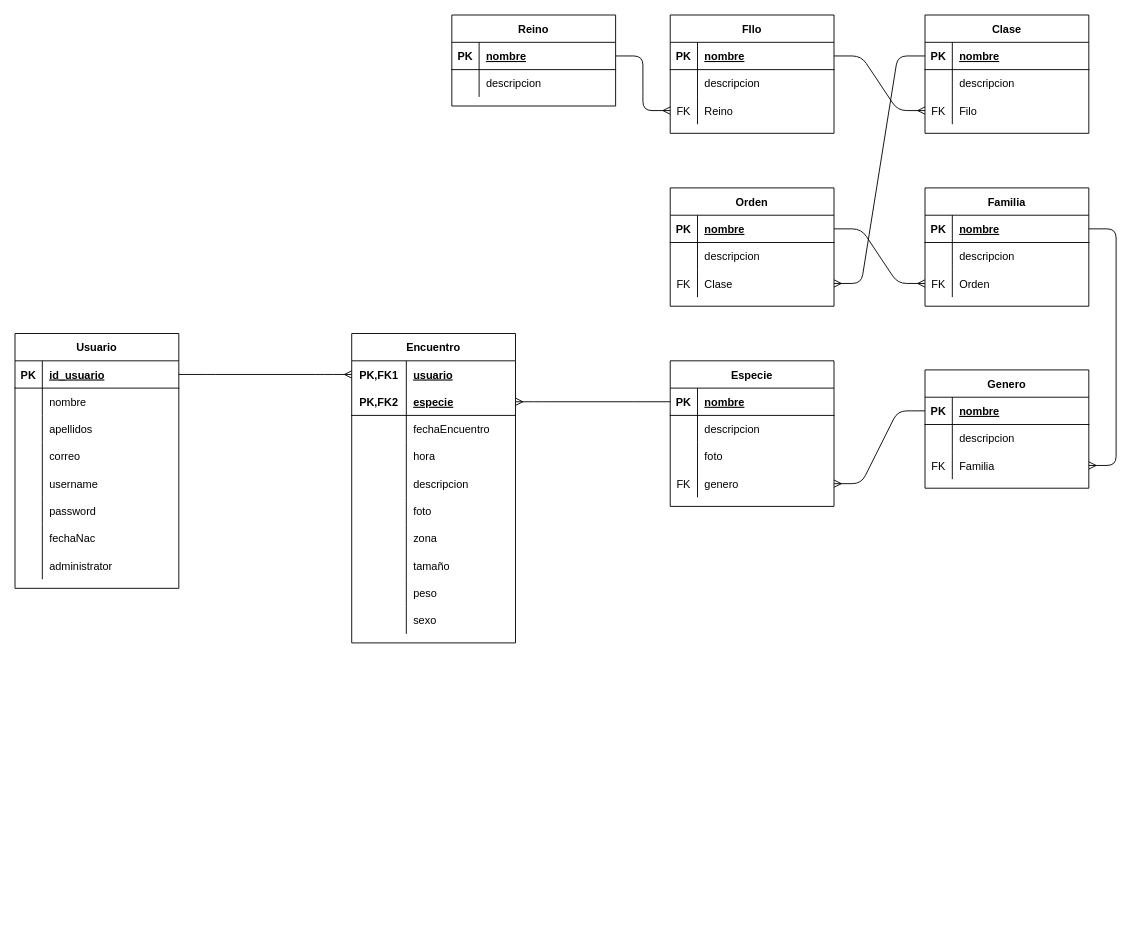
krobert151/FinalProyect keeps this draw.io diagram as proyecto.drawio. Above is the earlier version. Source tidied: cells renumbered, new cells numbered last; positions are measured from the earlier drawing's top-left corner, leaving out a move shared by most shapes. Both pictures are drawn from the tidied source at 91%, with x=0, y=0 at pixel (15, 15).
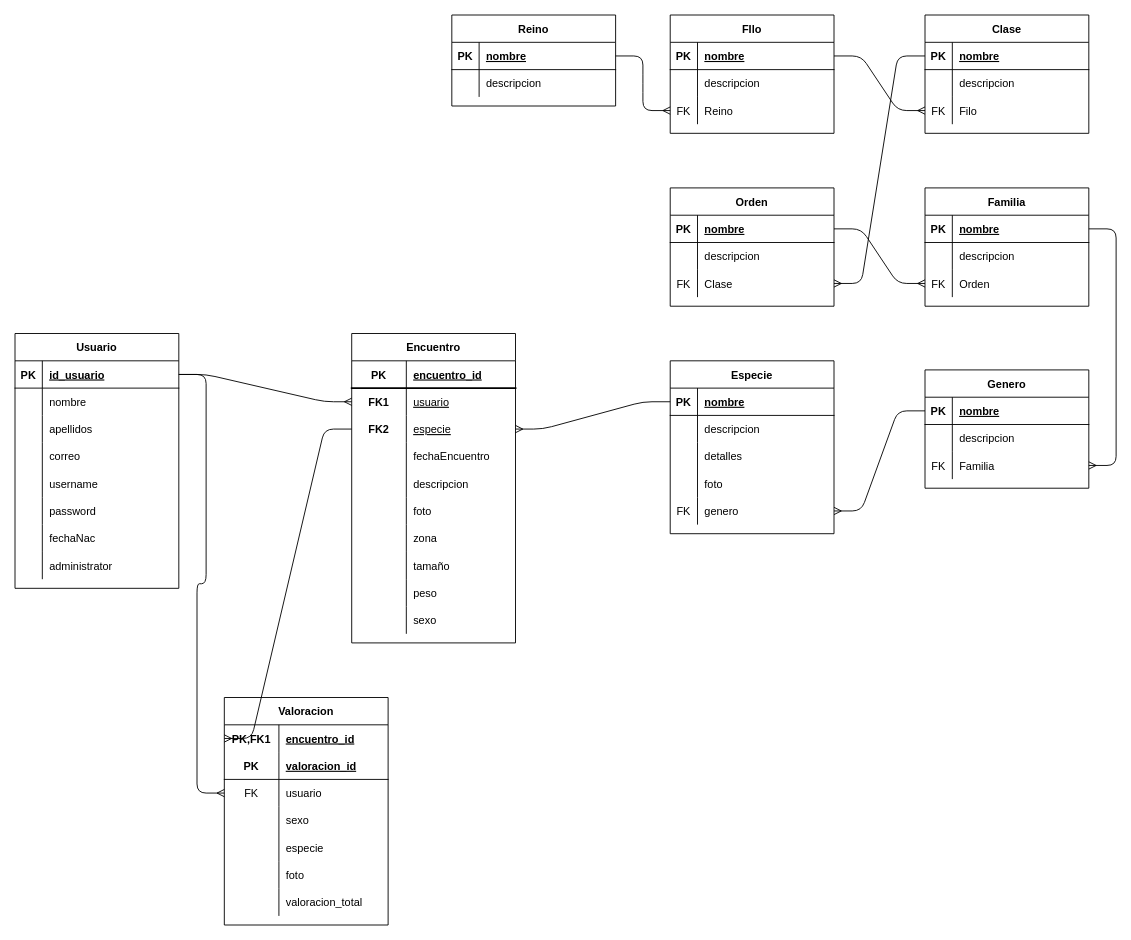
After the change.

Unchanged cells that the change refers to:
```xml
<mxCell id="3" style="shape=partialRectangle;fillColor=none;top=0;left=0;bottom=1;right=0;points=[[0,0.5],[1,0.5]];portConstraint=eastwest;" parent="2" vertex="1">
  <mxGeometry y="30" width="180" height="30" as="geometry" />
</mxCell>
<mxCell id="97" value="Encuentro" style="shape=table;startSize=30;childLayout=tableLayout;rowLines=0;fontStyle=1;align=center;" parent="1" vertex="1">
  <mxGeometry x="370" y="350" width="180" height="340" as="geometry" />
</mxCell>
```

The edit, as a diff of the source:
```diff
@@
     <mxCell id="27" value="Especie" style="shape=table;startSize=30;childLayout=tableLayout;rowLines=0;fontStyle=1;align=center;" parent="1" vertex="1">
-      <mxGeometry x="720" y="380" width="180" height="160" as="geometry" />
+      <mxGeometry x="720" y="380" width="180" height="190" as="geometry" />
     </mxCell>
@@
+    <mxCell id="136" style="shape=partialRectangle;fillColor=none;top=0;left=0;bottom=0;right=0;" parent="27" vertex="1">
+      <mxGeometry y="90" width="180" height="30" as="geometry" />
+    </mxCell>
+    <mxCell id="137" style="shape=partialRectangle;fillColor=none;top=0;left=0;bottom=0;right=0;fontStyle=0;overflow=hidden;" parent="136" vertex="1">
+      <mxGeometry width="30" height="30" as="geometry" />
+    </mxCell>
+    <mxCell id="138" value="detalles" style="shape=partialRectangle;fillColor=none;top=0;left=0;bottom=0;right=0;align=left;spacingLeft=6;fontStyle=0;overflow=hidden;" parent="136" vertex="1">
+      <mxGeometry x="30" width="150" height="30" as="geometry" />
+    </mxCell>
     <mxCell id="34" style="shape=tableRow;horizontal=0;startSize=0;swimlaneHead=0;swimlaneBody=0;fillColor=none;top=0;left=0;right=0;bottom=0;" parent="27" vertex="1">
-      <mxGeometry y="90" width="180" height="30" as="geometry" />
+      <mxGeometry y="120" width="180" height="30" as="geometry" />
     </mxCell>
@@
     <mxCell id="37" style="shape=partialRectangle;fillColor=none;top=0;left=0;bottom=0;right=0;points=[[0,0.5],[1,0.5]];portConstraint=eastwest;" parent="27" vertex="1">
-      <mxGeometry y="120" width="180" height="30" as="geometry" />
+      <mxGeometry y="150" width="180" height="30" as="geometry" />
     </mxCell>
@@
+    <mxCell id="139" style="shape=partialRectangle;fillColor=none;top=0;left=0;bottom=1;right=0;shadow=0;strokeColor=#000000;strokeWidth=2;fontColor=none;" parent="97" vertex="1">
+      <mxGeometry y="30" width="180" height="30" as="geometry" />
+    </mxCell>
+    <mxCell id="140" value="PK" style="shape=partialRectangle;fillColor=none;top=0;left=0;bottom=0;right=0;fontStyle=1;overflow=hidden;" parent="139" vertex="1">
+      <mxGeometry width="60" height="30" as="geometry" />
+    </mxCell>
+    <mxCell id="141" value="encuentro_id" style="shape=partialRectangle;fillColor=none;top=0;left=0;bottom=0;right=0;align=left;spacingLeft=6;fontStyle=5;overflow=hidden;" parent="139" vertex="1">
+      <mxGeometry x="60" width="120" height="30" as="geometry" />
+    </mxCell>
     <mxCell id="98" style="shape=partialRectangle;fillColor=none;top=0;left=0;bottom=0;right=0;points=[[0,0.5],[1,0.5]];portConstraint=eastwest;" parent="97" vertex="1">
-      <mxGeometry y="30" width="180" height="30" as="geometry" />
+      <mxGeometry y="60" width="180" height="30" as="geometry" />
     </mxCell>
-    <mxCell id="99" value="PK,FK1" style="shape=partialRectangle;fillColor=none;top=0;left=0;bottom=0;right=0;fontStyle=1;overflow=hidden;" parent="98" vertex="1">
+    <mxCell id="99" value="FK1" style="shape=partialRectangle;fillColor=none;top=0;left=0;bottom=0;right=0;fontStyle=1;overflow=hidden;" parent="98" vertex="1">
       <mxGeometry width="60" height="30" as="geometry" />
     </mxCell>
-    <mxCell id="100" value="usuario" style="shape=partialRectangle;fillColor=none;top=0;left=0;bottom=0;right=0;align=left;spacingLeft=6;fontStyle=5;overflow=hidden;" parent="98" vertex="1">
+    <mxCell id="100" value="usuario" style="shape=partialRectangle;fillColor=none;top=0;left=0;bottom=0;right=0;align=left;spacingLeft=6;fontStyle=4;overflow=hidden;" parent="98" vertex="1">
       <mxGeometry x="60" width="120" height="30" as="geometry" />
     </mxCell>
-    <mxCell id="101" style="shape=partialRectangle;fillColor=none;top=0;left=0;bottom=1;right=0;points=[[0,0.5],[1,0.5]];portConstraint=eastwest;" parent="97" vertex="1">
-      <mxGeometry y="60" width="180" height="30" as="geometry" />
+    <mxCell id="101" style="shape=partialRectangle;fillColor=none;top=0;left=0;bottom=1;right=0;points=[[0,0.5],[1,0.5]];portConstraint=eastwest;strokeColor=none;noLabel=1;fontColor=none;fontStyle=0;" parent="97" vertex="1">
+      <mxGeometry y="90" width="180" height="30" as="geometry" />
     </mxCell>
-    <mxCell id="102" value="PK,FK2" style="shape=partialRectangle;fillColor=none;top=0;left=0;bottom=0;right=0;fontStyle=1;overflow=hidden;" parent="101" vertex="1">
+    <mxCell id="102" value="FK2" style="shape=partialRectangle;fillColor=none;top=0;left=0;bottom=0;right=0;fontStyle=1;overflow=hidden;" parent="101" vertex="1">
       <mxGeometry width="60" height="30" as="geometry" />
     </mxCell>
-    <mxCell id="103" value="especie" style="shape=partialRectangle;fillColor=none;top=0;left=0;bottom=0;right=0;align=left;spacingLeft=6;fontStyle=5;overflow=hidden;" parent="101" vertex="1">
+    <mxCell id="103" value="especie" style="shape=partialRectangle;fillColor=none;top=0;left=0;bottom=0;right=0;align=left;spacingLeft=6;fontStyle=4;overflow=hidden;" parent="101" vertex="1">
       <mxGeometry x="60" width="120" height="30" as="geometry" />
     </mxCell>
     <mxCell id="104" style="shape=partialRectangle;fillColor=none;top=0;left=0;bottom=0;right=0;" parent="97" vertex="1">
-      <mxGeometry y="90" width="180" height="30" as="geometry" />
+      <mxGeometry y="120" width="180" height="30" as="geometry" />
     </mxCell>
@@
-    <mxCell id="107" style="shape=partialRectangle;fillColor=none;top=0;left=0;bottom=0;right=0;" parent="97" vertex="1">
-      <mxGeometry y="120" width="180" height="30" as="geometry" />
-    </mxCell>
-    <mxCell id="108" style="shape=partialRectangle;fillColor=none;top=0;left=0;bottom=0;right=0;overflow=hidden;" parent="107" vertex="1">
-      <mxGeometry width="60" height="30" as="geometry" />
-    </mxCell>
-    <mxCell id="109" value="hora" style="shape=partialRectangle;fillColor=none;top=0;left=0;bottom=0;right=0;align=left;spacingLeft=6;overflow=hidden;" parent="107" vertex="1">
-      <mxGeometry x="60" width="120" height="30" as="geometry" />
-    </mxCell>
@@
+    <mxCell id="142" value="Valoracion" style="shape=table;startSize=30;childLayout=tableLayout;rowLines=0;fontStyle=1;align=center;" parent="1" vertex="1">
+      <mxGeometry x="230" y="750" width="180" height="250" as="geometry" />
+    </mxCell>
+    <mxCell id="143" style="shape=partialRectangle;fillColor=none;top=0;left=0;bottom=0;right=0;points=[[0,0.5],[1,0.5]];portConstraint=eastwest;" parent="142" vertex="1">
+      <mxGeometry y="30" width="180" height="30" as="geometry" />
+    </mxCell>
+    <mxCell id="144" value="PK,FK1" style="shape=partialRectangle;fillColor=none;top=0;left=0;bottom=0;right=0;fontStyle=1;overflow=hidden;" parent="143" vertex="1">
+      <mxGeometry width="60" height="30" as="geometry" />
+    </mxCell>
+    <mxCell id="145" value="encuentro_id" style="shape=partialRectangle;fillColor=none;top=0;left=0;bottom=0;right=0;align=left;spacingLeft=6;fontStyle=5;overflow=hidden;" parent="143" vertex="1">
+      <mxGeometry x="60" width="120" height="30" as="geometry" />
+    </mxCell>
+    <mxCell id="146" style="shape=partialRectangle;fillColor=none;top=0;left=0;bottom=1;right=0;" parent="142" vertex="1">
+      <mxGeometry y="60" width="180" height="30" as="geometry" />
+    </mxCell>
+    <mxCell id="147" value="PK" style="shape=partialRectangle;fillColor=none;top=0;left=0;bottom=0;right=0;fontStyle=1;overflow=hidden;" parent="146" vertex="1">
+      <mxGeometry width="60" height="30" as="geometry" />
+    </mxCell>
+    <mxCell id="148" value="valoracion_id" style="shape=partialRectangle;fillColor=none;top=0;left=0;bottom=0;right=0;align=left;spacingLeft=6;fontStyle=5;overflow=hidden;" parent="146" vertex="1">
+      <mxGeometry x="60" width="120" height="30" as="geometry" />
+    </mxCell>
+    <mxCell id="149" style="shape=partialRectangle;fillColor=none;top=0;left=0;bottom=0;right=0;points=[[0,0.5],[1,0.5]];portConstraint=eastwest;shadow=0;strokeColor=#000000;strokeWidth=2;fontColor=none;" parent="142" vertex="1">
+      <mxGeometry y="90" width="180" height="30" as="geometry" />
+    </mxCell>
+    <mxCell id="150" value="FK" style="shape=partialRectangle;fillColor=none;top=0;left=0;bottom=0;right=0;fontStyle=0;overflow=hidden;" parent="149" vertex="1">
+      <mxGeometry width="60" height="30" as="geometry" />
+    </mxCell>
+    <mxCell id="151" value="usuario" style="shape=partialRectangle;fillColor=none;top=0;left=0;bottom=0;right=0;align=left;spacingLeft=6;fontStyle=0;overflow=hidden;" parent="149" vertex="1">
+      <mxGeometry x="60" width="120" height="30" as="geometry" />
+    </mxCell>
+    <mxCell id="107" style="shape=partialRectangle;fillColor=none;top=0;left=0;bottom=0;right=0;" parent="142" vertex="1">
+      <mxGeometry y="120" width="180" height="30" as="geometry" />
+    </mxCell>
+    <mxCell id="152" style="shape=partialRectangle;fillColor=none;top=0;left=0;bottom=0;right=0;overflow=hidden;" parent="107" vertex="1">
+      <mxGeometry width="60" height="30" as="geometry" />
+    </mxCell>
+    <mxCell id="153" value="sexo" style="shape=partialRectangle;fillColor=none;top=0;left=0;bottom=0;right=0;align=left;spacingLeft=6;overflow=hidden;" parent="107" vertex="1">
+      <mxGeometry x="60" width="120" height="30" as="geometry" />
+    </mxCell>
+    <mxCell id="154" style="shape=partialRectangle;fillColor=none;top=0;left=0;bottom=0;right=0;" parent="142" vertex="1">
+      <mxGeometry y="150" width="180" height="30" as="geometry" />
+    </mxCell>
+    <mxCell id="155" style="shape=partialRectangle;fillColor=none;top=0;left=0;bottom=0;right=0;overflow=hidden;" parent="154" vertex="1">
+      <mxGeometry width="60" height="30" as="geometry" />
+    </mxCell>
+    <mxCell id="156" value="especie" style="shape=partialRectangle;fillColor=none;top=0;left=0;bottom=0;right=0;align=left;spacingLeft=6;overflow=hidden;" parent="154" vertex="1">
+      <mxGeometry x="60" width="120" height="30" as="geometry" />
+    </mxCell>
+    <mxCell id="157" style="shape=partialRectangle;fillColor=none;top=0;left=0;bottom=0;right=0;" parent="142" vertex="1">
+      <mxGeometry y="180" width="180" height="30" as="geometry" />
+    </mxCell>
+    <mxCell id="158" style="shape=partialRectangle;fillColor=none;top=0;left=0;bottom=0;right=0;overflow=hidden;" parent="157" vertex="1">
+      <mxGeometry width="60" height="30" as="geometry" />
+    </mxCell>
+    <mxCell id="159" value="foto" style="shape=partialRectangle;fillColor=none;top=0;left=0;bottom=0;right=0;align=left;spacingLeft=6;overflow=hidden;" parent="157" vertex="1">
+      <mxGeometry x="60" width="120" height="30" as="geometry" />
+    </mxCell>
+    <mxCell id="160" style="shape=partialRectangle;fillColor=none;top=0;left=0;bottom=0;right=0;" parent="142" vertex="1">
+      <mxGeometry y="210" width="180" height="30" as="geometry" />
+    </mxCell>
+    <mxCell id="161" style="shape=partialRectangle;fillColor=none;top=0;left=0;bottom=0;right=0;overflow=hidden;" parent="160" vertex="1">
+      <mxGeometry width="60" height="30" as="geometry" />
+    </mxCell>
+    <mxCell id="162" value="valoracion_total" style="shape=partialRectangle;fillColor=none;top=0;left=0;bottom=0;right=0;align=left;spacingLeft=6;overflow=hidden;" parent="160" vertex="1">
+      <mxGeometry x="60" width="120" height="30" as="geometry" />
+    </mxCell>
+    <mxCell id="163" style="edgeStyle=entityRelationEdgeStyle;fontSize=12;html=1;endArrow=ERmany;entryX=0;entryY=0.5;entryDx=0;entryDy=0;" parent="1" edge="1" source="101" target="143">
+      <mxGeometry relative="1" as="geometry" />
+    </mxCell>
+    <mxCell id="164" style="edgeStyle=entityRelationEdgeStyle;fontSize=12;html=1;endArrow=ERmany;" parent="1" edge="1" source="3" target="149">
+      <mxGeometry relative="1" as="geometry" />
+    </mxCell>
```
